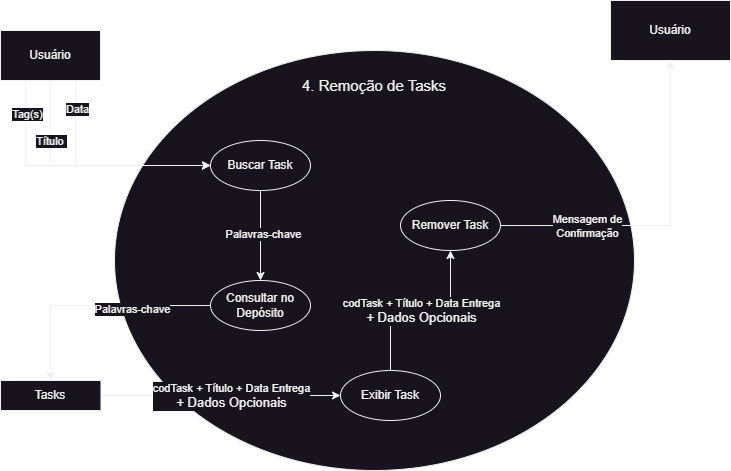
Earlier version of the draw.io export docs/assets/DFDs/RF04.drawio.png (kenielf/neotasker). Source tidied: cells renumbered, new cells last; positions are measured from the earlier drawing's top-left corner, leaving out a move shared by most shapes.
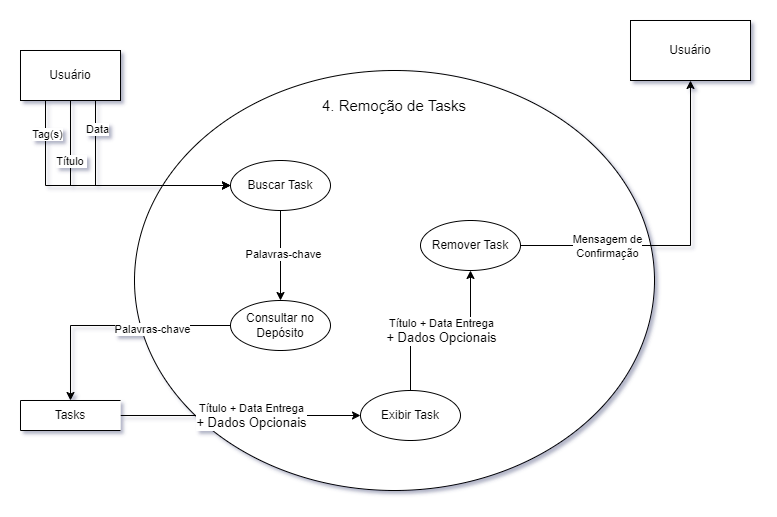
The same file after the commit.

What changed in the source:
```diff
@@ -8,7 +8,7 @@
     <mxCell id="3" style="edgeStyle=orthogonalEdgeStyle;rounded=0;jettySize=auto;html=1;exitX=1;exitY=0.5;exitDx=0;exitDy=0;entryX=0;entryY=0.5;entryDx=0;entryDy=0;" parent="1" edge="1" source="5" target="22">
       <mxGeometry relative="1" as="geometry" />
     </mxCell>
-    <mxCell id="4" value="codTask + Título + Data Entrega&lt;br style=&quot;font-size: 13px;&quot;&gt;&lt;span style=&quot;font-size: 13px;&quot;&gt;+ Dados Opcionais&lt;/span&gt;" style="edgeLabel;html=1;align=center;verticalAlign=middle;" parent="3" vertex="1">
+    <mxCell id="4" value="Título + Data Entrega&lt;br style=&quot;font-size: 13px;&quot;&gt;&lt;span style=&quot;font-size: 13px;&quot;&gt;+ Dados Opcionais&lt;/span&gt;" style="edgeLabel;html=1;align=center;verticalAlign=middle;" parent="3" vertex="1">
       <mxGeometry x="0.21" y="-3" relative="1" as="geometry">
         <mxPoint x="-16" y="-3" as="offset" />
       </mxGeometry>
@@ -67,7 +67,7 @@
     <mxCell id="20" style="edgeStyle=orthogonalEdgeStyle;rounded=0;jettySize=auto;html=1;" parent="1" edge="1" source="22" target="25">
       <mxGeometry relative="1" as="geometry" />
     </mxCell>
-    <mxCell id="21" value="codTask + Título + Data Entrega&lt;br style=&quot;font-size: 13px;&quot;&gt;&lt;span style=&quot;font-size: 13px;&quot;&gt;+ Dados Opcionais&lt;/span&gt;" style="edgeLabel;html=1;align=center;verticalAlign=middle;" parent="20" vertex="1">
+    <mxCell id="21" value="Título + Data Entrega&lt;br style=&quot;font-size: 13px;&quot;&gt;&lt;span style=&quot;font-size: 13px;&quot;&gt;+ Dados Opcionais&lt;/span&gt;" style="edgeLabel;html=1;align=center;verticalAlign=middle;" parent="20" vertex="1">
       <mxGeometry x="0.05" y="-4" relative="1" as="geometry">
         <mxPoint x="-4" y="-4" as="offset" />
       </mxGeometry>
```
